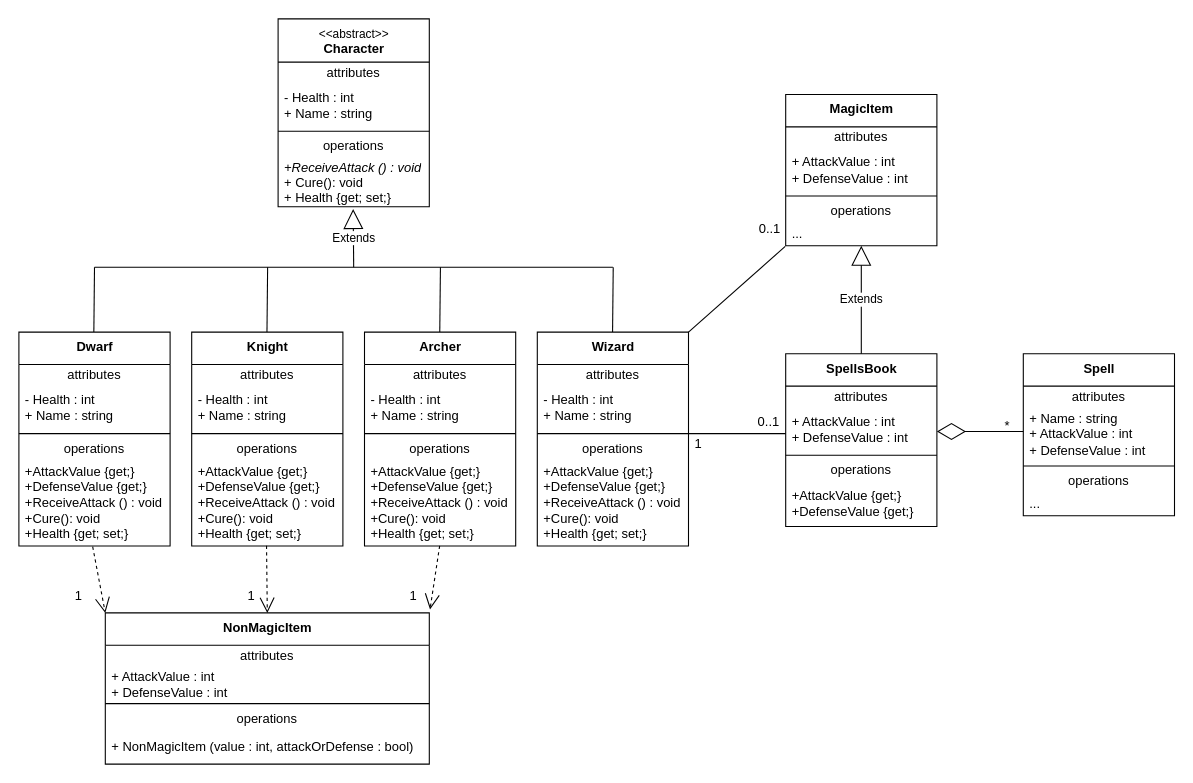
mele-dev/roleplay-parte-2 keeps this draw.io diagram as uml.drawio. Above is the earlier version. Source tidied: cells renumbered, new cells numbered last; positions are measured from the earlier drawing's top-left corner, leaving out a move shared by most shapes. Both pictures are drawn from the tidied source at 108%, with x=0, y=0 at pixel (18, 18).
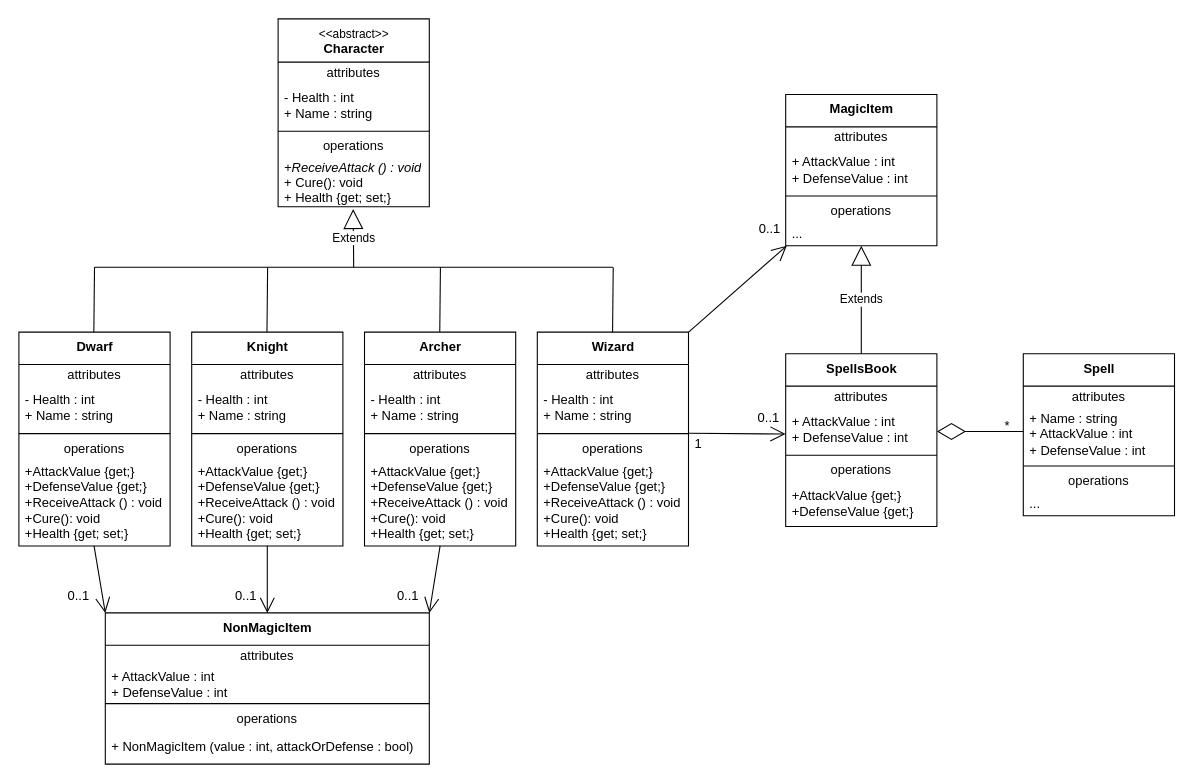
Above is the later version.

Unchanged cells that the change refers to:
```xml
<mxCell id="8" value="&lt;b&gt;SpellsBook&lt;/b&gt;" style="swimlane;fontStyle=0;align=center;verticalAlign=top;horizontal=1;startSize=30;html=1;" parent="1" vertex="1">
  <mxGeometry x="710" y="310" width="140" height="160" as="geometry" />
</mxCell>
<mxCell id="41" value="+AttackValue {get;}&lt;br&gt;+DefenseValue {get;}&lt;br&gt;+ReceiveAttack () : void&lt;br&gt;+Cure(): void&lt;br&gt;+Health {get; set;}" style="text;html=1;strokeColor=none;fillColor=none;align=left;verticalAlign=middle;spacingLeft=4;spacingRight=4;overflow=hidden;points=[[0,0.5],[1,0.5]];portConstraint=eastwest;" parent="36" vertex="1">
  <mxGeometry y="118" width="140" height="80" as="geometry" />
</mxCell>
<mxCell id="47" value="+AttackValue {get;}&lt;br&gt;+DefenseValue {get;}&lt;br&gt;+ReceiveAttack () : void&lt;br&gt;+Cure(): void&lt;br&gt;+Health {get; set;}" style="text;html=1;strokeColor=none;fillColor=none;align=left;verticalAlign=middle;spacingLeft=4;spacingRight=4;overflow=hidden;points=[[0,0.5],[1,0.5]];portConstraint=eastwest;" parent="42" vertex="1">
  <mxGeometry y="118" width="140" height="80" as="geometry" />
</mxCell>
<mxCell id="54" value="&lt;b&gt;NonMagicItem&lt;/b&gt;" style="swimlane;fontStyle=0;align=center;verticalAlign=top;horizontal=1;startSize=30;html=1;" parent="1" vertex="1">
  <mxGeometry x="80" y="550" width="300" height="140" as="geometry" />
</mxCell>
<mxCell id="68" value="0..1" style="text;html=1;align=center;verticalAlign=middle;points=[];strokeColor=none;fillColor=none;" parent="1" vertex="1">
  <mxGeometry x="675" y="180" width="40" height="30" as="geometry" />
</mxCell>
```

What changed in the source:
```diff
@@
+    <mxCell id="76" style="endArrow=open;endFill=1;endSize=12;html=1;entryX=0.897;entryY=0.98;entryDx=0;entryDy=0;entryPerimeter=0;" parent="8" edge="1" target="28">
+      <mxGeometry relative="1" as="geometry">
+        <mxPoint x="-90" y="73.6" as="sourcePoint" />
+      </mxGeometry>
+    </mxCell>
@@
     <mxCell id="28" value="0..1" style="text;html=1;align=center;verticalAlign=middle;points=[];strokeColor=none;fillColor=none;" parent="1" vertex="1">
-      <mxGeometry x="674" y="358" width="40" height="30" as="geometry" />
+      <mxGeometry x="674" y="355" width="40" height="30" as="geometry" />
     </mxCell>
@@
-    <mxCell id="67" value="1" style="text;html=1;align=center;verticalAlign=middle;points=[];strokeColor=none;fillColor=none;" parent="1" vertex="1">
-      <mxGeometry x="350" y="520" width="30" height="30" as="geometry" />
+    <mxCell id="67" value="0..1" style="text;html=1;align=center;verticalAlign=middle;points=[];strokeColor=none;fillColor=none;" parent="1" vertex="1">
+      <mxGeometry x="340" y="520" width="40" height="30" as="geometry" />
     </mxCell>
@@
-    <mxCell id="69" value="1" style="text;html=1;align=center;verticalAlign=middle;points=[];strokeColor=none;fillColor=none;" parent="1" vertex="1">
-      <mxGeometry x="200" y="520" width="30" height="30" as="geometry" />
+    <mxCell id="69" value="0..1" style="text;html=1;align=center;verticalAlign=middle;points=[];strokeColor=none;fillColor=none;" parent="1" vertex="1">
+      <mxGeometry x="190" y="520" width="40" height="30" as="geometry" />
     </mxCell>
-    <mxCell id="70" value="1" style="text;html=1;align=center;verticalAlign=middle;strokeColor=none;fillColor=none;" parent="1" vertex="1">
-      <mxGeometry x="40" y="520" width="30" height="30" as="geometry" />
+    <mxCell id="70" value="0..1" style="text;html=1;align=center;verticalAlign=middle;strokeColor=none;fillColor=none;" parent="1" vertex="1">
+      <mxGeometry x="35" y="520" width="40" height="30" as="geometry" />
     </mxCell>
+    <mxCell id="77" style="endArrow=open;endFill=1;endSize=12;html=1;entryX=0.901;entryY=1.001;entryDx=0;entryDy=0;entryPerimeter=0;" parent="1" edge="1" target="68">
+      <mxGeometry relative="1" as="geometry">
+        <mxPoint x="620.1" y="290" as="sourcePoint" />
+      </mxGeometry>
+    </mxCell>
+    <mxCell id="78" style="endArrow=open;endFill=1;endSize=12;html=1;" parent="1" edge="1">
+      <mxGeometry relative="1" as="geometry">
+        <mxPoint x="390" y="488" as="sourcePoint" />
+        <mxPoint x="380" y="550" as="targetPoint" />
+      </mxGeometry>
+    </mxCell>
+    <mxCell id="79" style="endArrow=open;endFill=1;endSize=12;html=1;entryX=0.5;entryY=0;entryDx=0;entryDy=0;exitX=0.5;exitY=0.997;exitDx=0;exitDy=0;exitPerimeter=0;" parent="1" edge="1" source="41" target="54">
+      <mxGeometry relative="1" as="geometry" />
+    </mxCell>
-    <mxCell id="71" style="endArrow=open;endSize=12;dashed=1;html=1;entryX=0;entryY=0;entryDx=0;entryDy=0;exitX=0.488;exitY=1.009;exitDx=0;exitDy=0;exitPerimeter=0;" parent="1" edge="1" source="47" target="54">
+    <mxCell id="71" style="endArrow=open;endFill=1;endSize=12;html=1;entryX=0;entryY=0;entryDx=0;entryDy=0;exitX=0.497;exitY=1;exitDx=0;exitDy=0;exitPerimeter=0;" parent="1" edge="1" source="47" target="54">
       <mxGeometry relative="1" as="geometry" />
     </mxCell>
-    <mxCell id="72" style="endArrow=open;endSize=12;dashed=1;html=1;entryX=1;entryY=1;entryDx=0;entryDy=0;exitX=0.495;exitY=0.999;exitDx=0;exitDy=0;exitPerimeter=0;entryPerimeter=0;" parent="1" edge="1" source="41" target="69">
-      <mxGeometry relative="1" as="geometry" />
-    </mxCell>
-    <mxCell id="73" style="endArrow=open;endSize=12;dashed=1;html=1;entryX=1.022;entryY=0.892;entryDx=0;entryDy=0;exitX=0.495;exitY=0.999;exitDx=0;exitDy=0;exitPerimeter=0;entryPerimeter=0;" parent="1" edge="1" target="67">
-      <mxGeometry relative="1" as="geometry">
-        <mxPoint x="389.6" y="487.9" as="sourcePoint" />
-      </mxGeometry>
-    </mxCell>
-    <mxCell id="74" style="html=1;verticalAlign=bottom;labelBackgroundColor=none;endArrow=none;endFill=0;endSize=6;align=left;" parent="1" edge="1">
-      <mxGeometry x="-1" relative="1" as="geometry">
-        <mxPoint x="620" y="384" as="sourcePoint" />
-        <mxPoint x="710" y="384" as="targetPoint" />
-      </mxGeometry>
-    </mxCell>
-    <mxCell id="75" style="html=1;verticalAlign=bottom;labelBackgroundColor=none;endArrow=none;endFill=0;endSize=6;align=left;entryX=0.864;entryY=1.022;entryDx=0;entryDy=0;entryPerimeter=0;" parent="1" edge="1" target="68">
-      <mxGeometry x="-1" relative="1" as="geometry">
-        <mxPoint x="620" y="290" as="sourcePoint" />
-      </mxGeometry>
-    </mxCell>
```
